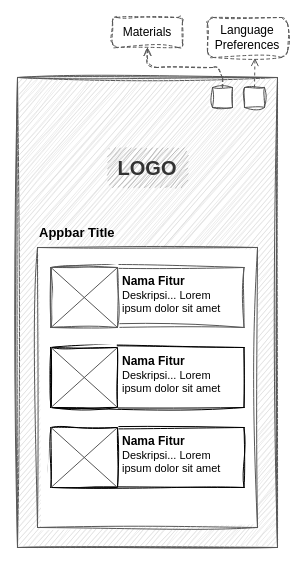
Before: Wireframe Beranda.drawio in dans609/diagrams_net, a draw.io diagram. Source tidied: cells renumbered, new cells numbered last; positions are measured from the earlier drawing's top-left corner, leaving out a move shared by most shapes. Both pictures are drawn from the tidied source at 100%, with x=0, y=0 at pixel (17, 17).
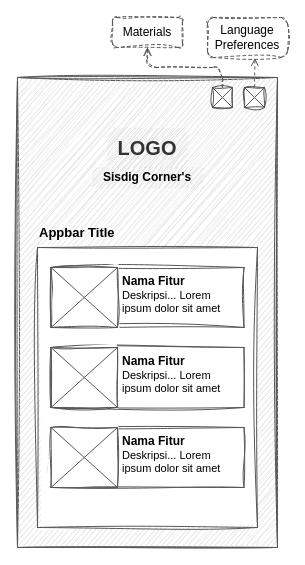
Above is the later version.

Commit message:
Finish designing Beranda wireframe

The change refers to these unchanged cells:
```xml
<mxCell id="3" style="group;" parent="2" vertex="1">
  <mxGeometry width="260" height="470" as="geometry" />
</mxCell>
<mxCell id="8" style="group;sketch=1;curveFitting=1;jiggle=2;" parent="3" vertex="1">
  <mxGeometry x="195" y="10" width="52" height="20" as="geometry" />
</mxCell>
<mxCell id="19" style="group;fontColor=#575757;" parent="3" vertex="1">
  <mxGeometry x="33.5" y="270" width="193" height="60" as="geometry" />
</mxCell>
<mxCell id="26" style="group;" parent="3" vertex="1">
  <mxGeometry x="33.5" y="350" width="193" height="60" as="geometry" />
</mxCell>
```

What changed in the source:
```diff
@@
-    <mxCell id="6" value="LOGO" style="text;strokeColor=none;align=center;fillColor=#A8A8A8;html=1;verticalAlign=middle;whiteSpace=wrap;rounded=1;fontFamily=Helvetica;fontSize=20;fontStyle=1;spacingTop=0;spacingLeft=0;fontColor=#333333;sketch=1;curveFitting=1;jiggle=2;" parent="3" vertex="1">
-      <mxGeometry x="90" y="70" width="80" height="40" as="geometry" />
-    </mxCell>
@@
+    <mxCell id="37" style="group;" parent="8" vertex="1">
+      <mxGeometry width="20" height="20" as="geometry" />
+    </mxCell>
+    <mxCell id="10" style="whiteSpace=wrap;html=1;sketch=1;curveFitting=1;jiggle=2;strokeColor=#525252;" parent="37" vertex="1">
+      <mxGeometry width="20" height="20" as="geometry" />
+    </mxCell>
+    <mxCell id="38" style="edgeStyle=none;orthogonalLoop=1;jettySize=auto;html=1;rounded=0;exitX=0;exitY=0;exitDx=0;exitDy=0;endArrow=none;endFill=0;entryX=1;entryY=1;entryDx=0;entryDy=0;strokeColor=#575757;" parent="37" edge="1" source="10" target="10">
+      <mxGeometry relative="1" as="geometry" />
+    </mxCell>
+    <mxCell id="39" style="edgeStyle=none;orthogonalLoop=1;jettySize=auto;html=1;rounded=0;exitX=0;exitY=1;exitDx=0;exitDy=0;endArrow=none;endFill=0;entryX=1;entryY=0;entryDx=0;entryDy=0;strokeColor=#575757;" parent="37" edge="1" source="10" target="10">
+      <mxGeometry relative="1" as="geometry" />
+    </mxCell>
+    <mxCell id="40" style="group;" parent="8" vertex="1">
+      <mxGeometry x="32" width="20" height="20" as="geometry" />
+    </mxCell>
-    <mxCell id="9" style="whiteSpace=wrap;html=1;sketch=1;curveFitting=1;jiggle=2;strokeColor=#525252;" parent="8" vertex="1">
-      <mxGeometry x="32" width="20" height="20" as="geometry" />
+    <mxCell id="9" style="whiteSpace=wrap;html=1;sketch=1;curveFitting=1;jiggle=2;strokeColor=#525252;" parent="40" vertex="1">
+      <mxGeometry width="20" height="20" as="geometry" />
     </mxCell>
-    <mxCell id="10" style="whiteSpace=wrap;html=1;sketch=1;curveFitting=1;jiggle=2;strokeColor=#525252;" parent="8" vertex="1">
-      <mxGeometry width="20" height="20" as="geometry" />
-    </mxCell>
+    <mxCell id="41" style="rounded=0;orthogonalLoop=1;jettySize=auto;html=1;exitX=0;exitY=0;exitDx=0;exitDy=0;entryX=1;entryY=1;entryDx=0;entryDy=0;strokeColor=#575757;endArrow=none;endFill=0;" parent="40" edge="1" source="9" target="9">
+      <mxGeometry relative="1" as="geometry" />
+    </mxCell>
+    <mxCell id="42" style="rounded=0;orthogonalLoop=1;jettySize=auto;html=1;exitX=0;exitY=1;exitDx=0;exitDy=0;entryX=1;entryY=0;entryDx=0;entryDy=0;strokeColor=#575757;endArrow=none;endFill=0;" parent="40" edge="1" source="9" target="9">
+      <mxGeometry relative="1" as="geometry" />
+    </mxCell>
@@
-    <mxCell id="20" style="rounded=0;whiteSpace=wrap;html=1;sketch=1;curveFitting=1;jiggle=2;" parent="19" vertex="1">
+    <mxCell id="20" style="rounded=0;whiteSpace=wrap;html=1;sketch=1;curveFitting=1;jiggle=2;strokeColor=#575757;" parent="19" vertex="1">
       <mxGeometry width="193" height="60" as="geometry" />
     </mxCell>
-    <mxCell id="21" style="rounded=0;whiteSpace=wrap;html=1;sketch=1;curveFitting=1;jiggle=2;" parent="19" vertex="1">
+    <mxCell id="21" style="rounded=0;whiteSpace=wrap;html=1;sketch=1;curveFitting=1;jiggle=2;strokeColor=#575757;" parent="19" vertex="1">
       <mxGeometry width="66.5" height="60" as="geometry" />
     </mxCell>
@@
-    <mxCell id="27" style="rounded=0;whiteSpace=wrap;html=1;sketch=1;curveFitting=1;jiggle=2;" parent="26" vertex="1">
+    <mxCell id="27" style="rounded=0;whiteSpace=wrap;html=1;sketch=1;curveFitting=1;jiggle=2;strokeColor=#575757;" parent="26" vertex="1">
       <mxGeometry width="193" height="60" as="geometry" />
     </mxCell>
-    <mxCell id="28" style="rounded=0;whiteSpace=wrap;html=1;sketch=1;curveFitting=1;jiggle=2;" parent="26" vertex="1">
+    <mxCell id="28" style="rounded=0;whiteSpace=wrap;html=1;sketch=1;curveFitting=1;jiggle=2;strokeColor=#575757;" parent="26" vertex="1">
       <mxGeometry width="66.5" height="60" as="geometry" />
     </mxCell>
@@
+    <mxCell id="43" style="group;" parent="3" vertex="1">
+      <mxGeometry x="75" y="50" width="110" height="70" as="geometry" />
+    </mxCell>
+    <mxCell id="44" value="Sisdig Corner's" style="text;strokeColor=none;align=center;fillColor=#D9D9D9;html=1;verticalAlign=middle;whiteSpace=wrap;rounded=0;fontStyle=1;sketch=1;curveFitting=1;jiggle=2;" parent="43" vertex="1">
+      <mxGeometry y="40" width="110" height="20" as="geometry" />
+    </mxCell>
+    <mxCell id="45" style="group;" parent="43" vertex="1">
+      <mxGeometry width="110" height="70" as="geometry" />
+    </mxCell>
+    <mxCell id="6" value="LOGO" style="text;strokeColor=none;align=center;fillColor=#D9D9D9;html=1;verticalAlign=middle;whiteSpace=wrap;rounded=1;fontFamily=Helvetica;fontSize=20;fontStyle=1;spacingTop=0;spacingLeft=0;fontColor=#333333;sketch=1;curveFitting=1;jiggle=2;" parent="45" vertex="1">
+      <mxGeometry x="15" width="80" height="40" as="geometry" />
+    </mxCell>
```
